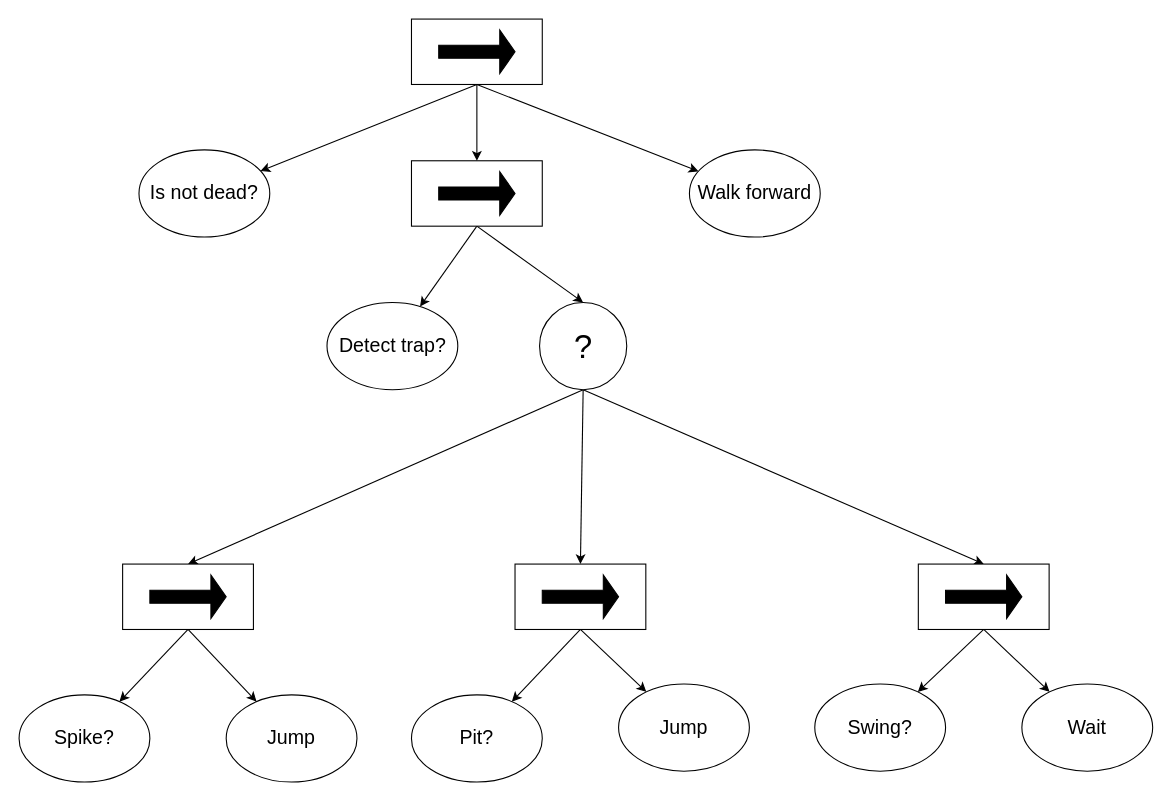
Earlier version of the draw.io diagram Untitled Diagram.drawio (ace-english/hoard). Source tidied: cells renumbered, new cells numbered last; positions are measured from the earlier drawing's top-left corner, leaving out a move shared by most shapes. Both pictures are drawn from the tidied source at 109%, with x=0, y=0 at pixel (19, 19).
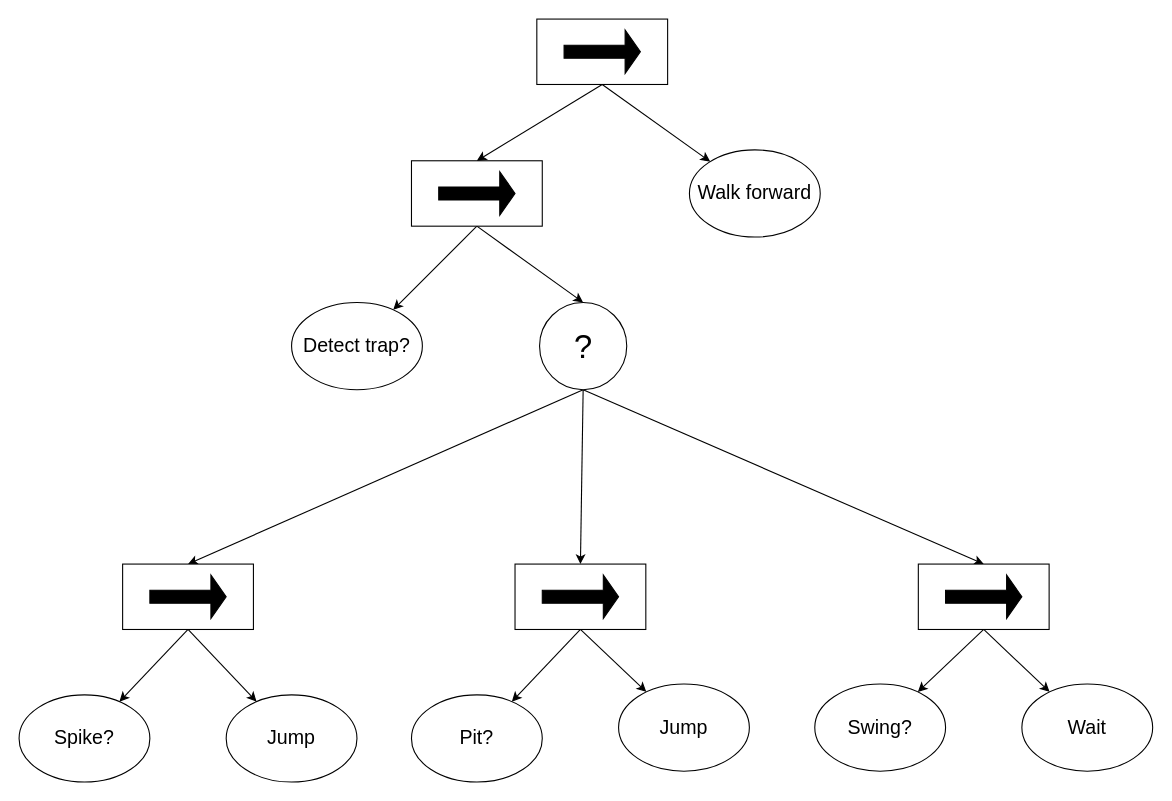
Above is the later version.

What changed in the source:
```diff
@@
-    <mxCell id="12" style="edgeStyle=none;rounded=0;jettySize=auto;html=1;exitX=0.5;exitY=1;exitDx=0;exitDy=0;" parent="1" edge="1" source="13" target="27">
-      <mxGeometry relative="1" as="geometry" />
-    </mxCell>
     <mxCell id="13" style="rounded=0;whiteSpace=wrap;html=1;" parent="1" vertex="1">
-      <mxGeometry x="360" width="120" height="60" as="geometry" />
+      <mxGeometry x="475" width="120" height="60" as="geometry" />
     </mxCell>
     <mxCell id="14" style="shape=singleArrow;whiteSpace=wrap;html=1;fillColor=#00000;" parent="1" vertex="1">
-      <mxGeometry x="385" y="10" width="70" height="40" as="geometry" />
+      <mxGeometry x="500" y="10" width="70" height="40" as="geometry" />
     </mxCell>
@@
-    <mxCell id="27" value="&lt;font style=&quot;font-size: 18px&quot;&gt;Is not dead?&lt;/font&gt;" style="ellipse;whiteSpace=wrap;html=1;fillColor=#FFFFFF;" parent="1" vertex="1">
-      <mxGeometry x="110" y="120" width="120" height="80" as="geometry" />
-    </mxCell>
@@
     <mxCell id="29" value="&lt;font style=&quot;font-size: 18px&quot;&gt;Detect trap?&lt;/font&gt;" style="ellipse;whiteSpace=wrap;html=1;fillColor=#FFFFFF;" parent="1" vertex="1">
-      <mxGeometry x="282.5" y="260" width="120" height="80" as="geometry" />
+      <mxGeometry x="250" y="260" width="120" height="80" as="geometry" />
     </mxCell>
```
